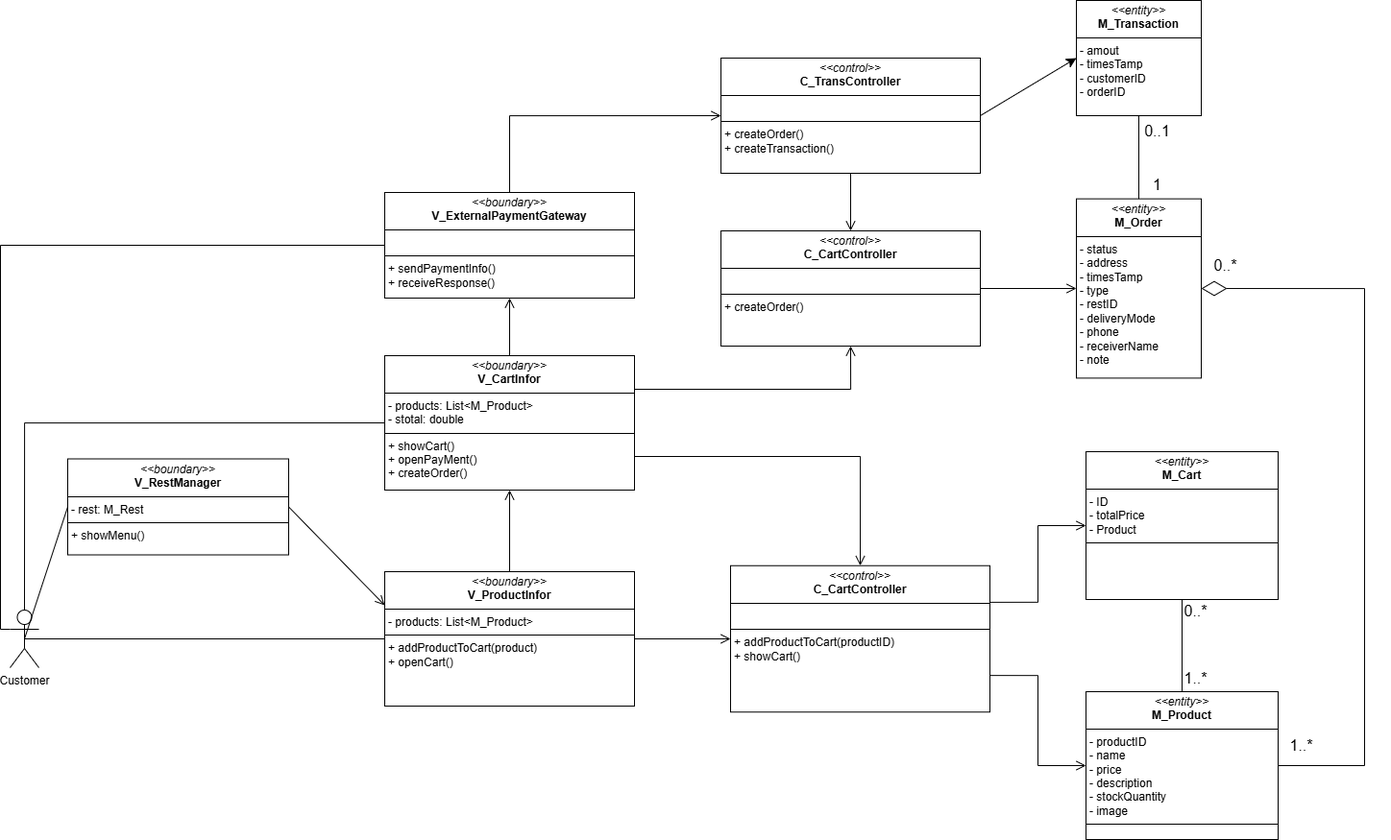
This is Class Diagram/5_class_khách đặt đơn hàng/class khách đặt đơn hàng.drawio.png from Minh-Quan-dz123/NHOM12-HeThongBanHangChoCuaHang, a draw.io export, as it was before one commit. Source tidied: cells renumbered, new cells last; positions are measured from the earlier drawing's top-left corner, leaving out a move shared by most shapes.
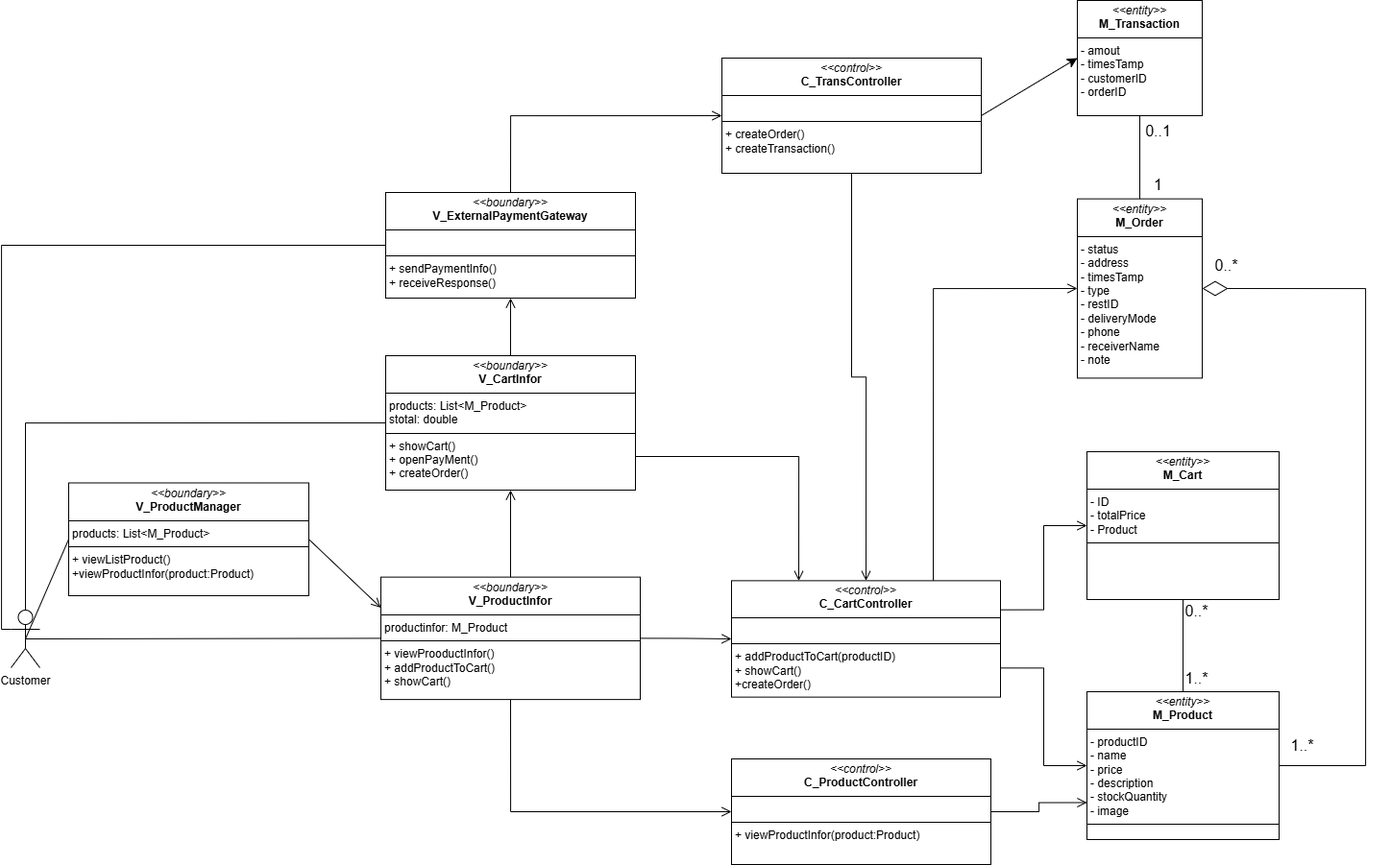
After the change.

What changed in the source:
```diff
@@ -5,17 +5,17 @@
     <mxCell id="2" value="Customer" style="shape=umlActor;verticalLabelPosition=bottom;verticalAlign=top;html=1;outlineConnect=0;" parent="1" vertex="1">
       <mxGeometry x="10" y="635" width="30" height="60" as="geometry" />
     </mxCell>
-    <mxCell id="3" value="&lt;p style=&quot;margin:0px;margin-top:4px;text-align:center;&quot;&gt;&lt;i&gt;&amp;lt;&amp;lt;boundary&amp;gt;&amp;gt;&lt;/i&gt;&lt;br&gt;&lt;b&gt;V_RestManager&lt;/b&gt;&lt;/p&gt;&lt;hr size=&quot;1&quot; style=&quot;border-style:solid;&quot;&gt;&lt;p style=&quot;margin:0px;margin-left:4px;&quot;&gt;- rest: M_Rest&lt;/p&gt;&lt;hr size=&quot;1&quot; style=&quot;border-style:solid;&quot;&gt;&lt;p style=&quot;margin:0px;margin-left:4px;&quot;&gt;+ showMenu()&lt;/p&gt;" style="verticalAlign=top;align=left;overflow=fill;html=1;whiteSpace=wrap;" parent="1" vertex="1">
-      <mxGeometry x="70" y="477.5" width="230" height="100" as="geometry" />
+    <mxCell id="3" value="&lt;p style=&quot;margin:0px;margin-top:4px;text-align:center;&quot;&gt;&lt;i&gt;&amp;lt;&amp;lt;boundary&amp;gt;&amp;gt;&lt;/i&gt;&lt;br&gt;&lt;b&gt;V_ProductManager&lt;/b&gt;&lt;/p&gt;&lt;hr size=&quot;1&quot; style=&quot;border-style:solid;&quot;&gt;&lt;p style=&quot;margin:0px;margin-left:4px;&quot;&gt;&lt;span style=&quot;background-color: transparent; color: light-dark(rgb(0, 0, 0), rgb(255, 255, 255));&quot;&gt;products: List&amp;lt;M_Product&amp;gt;&lt;/span&gt;&lt;/p&gt;&lt;hr size=&quot;1&quot; style=&quot;border-style:solid;&quot;&gt;&lt;p style=&quot;margin:0px;margin-left:4px;&quot;&gt;&lt;span style=&quot;background-color: transparent; color: light-dark(rgb(0, 0, 0), rgb(255, 255, 255));&quot;&gt;+ viewListProduct()&lt;/span&gt;&lt;/p&gt;&lt;p style=&quot;margin:0px;margin-left:4px;&quot;&gt;&lt;span style=&quot;background-color: transparent; color: light-dark(rgb(0, 0, 0), rgb(255, 255, 255));&quot;&gt;+viewProductInfor(product:Product)&lt;/span&gt;&lt;/p&gt;" style="verticalAlign=top;align=left;overflow=fill;html=1;whiteSpace=wrap;" parent="1" vertex="1">
+      <mxGeometry x="70" y="502.5" width="250" height="117.5" as="geometry" />
     </mxCell>
     <mxCell id="4" value="&lt;p style=&quot;margin:0px;margin-top:4px;text-align:center;&quot;&gt;&lt;i&gt;&amp;lt;&amp;lt;entity&amp;gt;&amp;gt;&lt;/i&gt;&lt;br&gt;&lt;b&gt;M_Product&lt;/b&gt;&lt;/p&gt;&lt;hr size=&quot;1&quot; style=&quot;border-style:solid;&quot;&gt;&lt;p style=&quot;margin:0px;margin-left:4px;&quot;&gt;- productID&lt;/p&gt;&lt;p style=&quot;margin:0px;margin-left:4px;&quot;&gt;- name&lt;/p&gt;&lt;p style=&quot;margin:0px;margin-left:4px;&quot;&gt;- price&lt;/p&gt;&lt;p style=&quot;margin:0px;margin-left:4px;&quot;&gt;- description&lt;/p&gt;&lt;p style=&quot;margin:0px;margin-left:4px;&quot;&gt;- stockQuantity&lt;/p&gt;&lt;p style=&quot;margin:0px;margin-left:4px;&quot;&gt;- image&lt;/p&gt;&lt;hr size=&quot;1&quot; style=&quot;border-style:solid;&quot;&gt;&lt;p style=&quot;margin:0px;margin-left:4px;&quot;&gt;&lt;br&gt;&lt;/p&gt;" style="verticalAlign=top;align=left;overflow=fill;html=1;whiteSpace=wrap;" parent="1" vertex="1">
       <mxGeometry x="1130" y="720" width="200" height="154" as="geometry" />
     </mxCell>
-    <mxCell id="5" value="&lt;p style=&quot;margin:0px;margin-top:4px;text-align:center;&quot;&gt;&lt;i&gt;&amp;lt;&amp;lt;control&amp;gt;&amp;gt;&lt;/i&gt;&lt;br&gt;&lt;b&gt;C_CartController&lt;/b&gt;&lt;/p&gt;&lt;hr size=&quot;1&quot; style=&quot;border-style:solid;&quot;&gt;&lt;p style=&quot;margin:0px;margin-left:4px;&quot;&gt;&lt;br&gt;&lt;/p&gt;&lt;hr size=&quot;1&quot; style=&quot;border-style:solid;&quot;&gt;&lt;p style=&quot;margin:0px;margin-left:4px;&quot;&gt;+&amp;nbsp;&lt;span style=&quot;background-color: transparent; color: light-dark(rgb(0, 0, 0), rgb(255, 255, 255));&quot;&gt;addProductToCart(productID)&lt;/span&gt;&lt;/p&gt;&lt;p style=&quot;margin:0px;margin-left:4px;&quot;&gt;&lt;span style=&quot;background-color: transparent; color: light-dark(rgb(0, 0, 0), rgb(255, 255, 255));&quot;&gt;+ showCart()&lt;/span&gt;&lt;/p&gt;" style="verticalAlign=top;align=left;overflow=fill;html=1;whiteSpace=wrap;" parent="1" vertex="1">
-      <mxGeometry x="760" y="588.8" width="270" height="152.5" as="geometry" />
+    <mxCell id="5" value="&lt;p style=&quot;margin:0px;margin-top:4px;text-align:center;&quot;&gt;&lt;i&gt;&amp;lt;&amp;lt;control&amp;gt;&amp;gt;&lt;/i&gt;&lt;br&gt;&lt;b&gt;C_CartController&lt;/b&gt;&lt;/p&gt;&lt;hr size=&quot;1&quot; style=&quot;border-style:solid;&quot;&gt;&lt;p style=&quot;margin:0px;margin-left:4px;&quot;&gt;&lt;br&gt;&lt;/p&gt;&lt;hr size=&quot;1&quot; style=&quot;border-style:solid;&quot;&gt;&lt;p style=&quot;margin:0px;margin-left:4px;&quot;&gt;+&amp;nbsp;&lt;span style=&quot;background-color: transparent; color: light-dark(rgb(0, 0, 0), rgb(255, 255, 255));&quot;&gt;addProductToCart(productID)&lt;/span&gt;&lt;/p&gt;&lt;p style=&quot;margin:0px;margin-left:4px;&quot;&gt;&lt;span style=&quot;background-color: transparent; color: light-dark(rgb(0, 0, 0), rgb(255, 255, 255));&quot;&gt;+ showCart()&lt;/span&gt;&lt;/p&gt;&lt;p style=&quot;margin:0px;margin-left:4px;&quot;&gt;&lt;span style=&quot;background-color: transparent; color: light-dark(rgb(0, 0, 0), rgb(255, 255, 255));&quot;&gt;+createOrder()&lt;/span&gt;&lt;/p&gt;" style="verticalAlign=top;align=left;overflow=fill;html=1;whiteSpace=wrap;" parent="1" vertex="1">
+      <mxGeometry x="760" y="604.4" width="280" height="121.2" as="geometry" />
     </mxCell>
-    <mxCell id="6" value="&lt;p style=&quot;margin:0px;margin-top:4px;text-align:center;&quot;&gt;&lt;i&gt;&amp;lt;&amp;lt;boundary&amp;gt;&amp;gt;&lt;/i&gt;&lt;br&gt;&lt;b&gt;V_ProductInfor&lt;/b&gt;&lt;/p&gt;&lt;hr size=&quot;1&quot; style=&quot;border-style:solid;&quot;&gt;&lt;p style=&quot;margin:0px;margin-left:4px;&quot;&gt;- products: List&amp;lt;M_Product&amp;gt;&lt;/p&gt;&lt;hr size=&quot;1&quot; style=&quot;border-style:solid;&quot;&gt;&lt;p style=&quot;margin:0px;margin-left:4px;&quot;&gt;+ addProductToCart(product)&lt;/p&gt;&lt;p style=&quot;margin:0px;margin-left:4px;&quot;&gt;+ openCart()&lt;/p&gt;&lt;p style=&quot;margin:0px;margin-left:4px;&quot;&gt;&lt;br&gt;&lt;/p&gt;" style="verticalAlign=top;align=left;overflow=fill;html=1;whiteSpace=wrap;" parent="1" vertex="1">
-      <mxGeometry x="400" y="595" width="260" height="140" as="geometry" />
+    <mxCell id="6" value="&lt;p style=&quot;margin:0px;margin-top:4px;text-align:center;&quot;&gt;&lt;i&gt;&amp;lt;&amp;lt;boundary&amp;gt;&amp;gt;&lt;/i&gt;&lt;br&gt;&lt;b&gt;V_ProductInfor&lt;/b&gt;&lt;/p&gt;&lt;hr size=&quot;1&quot; style=&quot;border-style:solid;&quot;&gt;&lt;p style=&quot;margin:0px;margin-left:4px;&quot;&gt;productinfor: M_Product&lt;/p&gt;&lt;hr size=&quot;1&quot; style=&quot;border-style:solid;&quot;&gt;&lt;p style=&quot;margin:0px;margin-left:4px;&quot;&gt;+ viewProoductInfor()&lt;/p&gt;&lt;p style=&quot;margin:0px;margin-left:4px;&quot;&gt;+ addProductToCart()&lt;/p&gt;&lt;p style=&quot;margin:0px;margin-left:4px;&quot;&gt;+ showCart()&lt;/p&gt;&lt;p style=&quot;margin:0px;margin-left:4px;&quot;&gt;&lt;br&gt;&lt;/p&gt;&lt;p style=&quot;margin:0px;margin-left:4px;&quot;&gt;&lt;br&gt;&lt;/p&gt;" style="verticalAlign=top;align=left;overflow=fill;html=1;whiteSpace=wrap;" parent="1" vertex="1">
+      <mxGeometry x="395" y="600.6" width="270" height="127.5" as="geometry" />
     </mxCell>
     <mxCell id="7" style="endArrow=none;html=1;rounded=0;exitX=0.5;exitY=0.5;exitDx=0;exitDy=0;exitPerimeter=0;entryX=0;entryY=0.5;entryDx=0;entryDy=0;" parent="1" edge="1" source="2" target="3">
       <mxGeometry relative="1" as="geometry" />
@@ -23,10 +23,10 @@
     <mxCell id="8" style="endArrow=open;startArrow=none;endFill=0;startFill=0;endSize=8;html=1;verticalAlign=bottom;labelBackgroundColor=none;strokeWidth=1;rounded=0;exitX=1;exitY=0.5;exitDx=0;exitDy=0;entryX=0;entryY=0.25;entryDx=0;entryDy=0;" parent="1" edge="1" source="3" target="6">
       <mxGeometry relative="1" as="geometry" />
     </mxCell>
-    <mxCell id="9" value="&lt;p style=&quot;margin:0px;margin-top:4px;text-align:center;&quot;&gt;&lt;i&gt;&amp;lt;&amp;lt;boundary&amp;gt;&amp;gt;&lt;/i&gt;&lt;br&gt;&lt;b&gt;V_CartInfor&lt;/b&gt;&lt;/p&gt;&lt;hr size=&quot;1&quot; style=&quot;border-style:solid;&quot;&gt;&lt;p style=&quot;margin:0px;margin-left:4px;&quot;&gt;- products: List&amp;lt;M_Product&amp;gt;&lt;br&gt;&lt;/p&gt;&lt;p style=&quot;margin:0px;margin-left:4px;&quot;&gt;- stotal: double&lt;/p&gt;&lt;hr size=&quot;1&quot; style=&quot;border-style:solid;&quot;&gt;&lt;p style=&quot;margin:0px;margin-left:4px;&quot;&gt;+ showCart()&lt;/p&gt;&lt;p style=&quot;margin:0px;margin-left:4px;&quot;&gt;+ openPayMent()&lt;/p&gt;&lt;p style=&quot;margin:0px;margin-left:4px;&quot;&gt;+ createOrder()&lt;/p&gt;" style="verticalAlign=top;align=left;overflow=fill;html=1;whiteSpace=wrap;" parent="1" vertex="1">
+    <mxCell id="9" value="&lt;p style=&quot;margin:0px;margin-top:4px;text-align:center;&quot;&gt;&lt;i&gt;&amp;lt;&amp;lt;boundary&amp;gt;&amp;gt;&lt;/i&gt;&lt;br&gt;&lt;b&gt;V_CartInfor&lt;/b&gt;&lt;/p&gt;&lt;hr size=&quot;1&quot; style=&quot;border-style:solid;&quot;&gt;&lt;p style=&quot;margin:0px;margin-left:4px;&quot;&gt;products: List&amp;lt;M_Product&amp;gt;&lt;br&gt;&lt;/p&gt;&lt;p style=&quot;margin:0px;margin-left:4px;&quot;&gt;stotal: double&lt;/p&gt;&lt;hr size=&quot;1&quot; style=&quot;border-style:solid;&quot;&gt;&lt;p style=&quot;margin:0px;margin-left:4px;&quot;&gt;+ showCart()&lt;/p&gt;&lt;p style=&quot;margin:0px;margin-left:4px;&quot;&gt;+ openPayMent()&lt;/p&gt;&lt;p style=&quot;margin:0px;margin-left:4px;&quot;&gt;+ createOrder()&lt;/p&gt;" style="verticalAlign=top;align=left;overflow=fill;html=1;whiteSpace=wrap;" parent="1" vertex="1">
       <mxGeometry x="400" y="370" width="260" height="140" as="geometry" />
     </mxCell>
-    <mxCell id="10" style="endArrow=open;startArrow=none;endFill=0;startFill=0;endSize=8;html=1;verticalAlign=bottom;labelBackgroundColor=none;strokeWidth=1;rounded=0;exitX=1;exitY=0.75;exitDx=0;exitDy=0;entryX=0.5;entryY=0;entryDx=0;entryDy=0;edgeStyle=orthogonalEdgeStyle;" parent="1" edge="1" source="9" target="5">
+    <mxCell id="10" style="endArrow=open;startArrow=none;endFill=0;startFill=0;endSize=8;html=1;verticalAlign=bottom;labelBackgroundColor=none;strokeWidth=1;rounded=0;exitX=1;exitY=0.75;exitDx=0;exitDy=0;entryX=0.25;entryY=0;entryDx=0;entryDy=0;edgeStyle=orthogonalEdgeStyle;" parent="1" edge="1" source="9" target="5">
       <mxGeometry relative="1" as="geometry" />
     </mxCell>
     <mxCell id="11" style="endArrow=open;startArrow=none;endFill=0;startFill=0;endSize=8;html=1;verticalAlign=bottom;labelBackgroundColor=none;strokeWidth=1;rounded=0;exitX=1;exitY=0.75;exitDx=0;exitDy=0;entryX=0;entryY=0.5;entryDx=0;entryDy=0;edgeStyle=orthogonalEdgeStyle;" parent="1" edge="1" source="5" target="4">
@@ -63,16 +63,10 @@
     <mxCell id="20" value="0..*" style="text;html=1;align=center;verticalAlign=middle;strokeColor=none;fillColor=none;fontSize=16;" parent="1" vertex="1">
       <mxGeometry x="1219" y="621" width="50" height="30" as="geometry" />
     </mxCell>
-    <mxCell id="21" value="&lt;p style=&quot;margin:0px;margin-top:4px;text-align:center;&quot;&gt;&lt;i&gt;&amp;lt;&amp;lt;control&amp;gt;&amp;gt;&lt;/i&gt;&lt;br&gt;&lt;b&gt;C_CartController&lt;/b&gt;&lt;/p&gt;&lt;hr size=&quot;1&quot; style=&quot;border-style:solid;&quot;&gt;&lt;p style=&quot;margin:0px;margin-left:4px;&quot;&gt;&lt;br&gt;&lt;/p&gt;&lt;hr size=&quot;1&quot; style=&quot;border-style:solid;&quot;&gt;&lt;p style=&quot;margin:0px;margin-left:4px;&quot;&gt;+ createOrder()&lt;/p&gt;" style="verticalAlign=top;align=left;overflow=fill;html=1;whiteSpace=wrap;" parent="1" vertex="1">
-      <mxGeometry x="750" y="240" width="270" height="120" as="geometry" />
-    </mxCell>
-    <mxCell id="22" style="endArrow=open;startArrow=none;endFill=0;startFill=0;endSize=8;html=1;verticalAlign=bottom;labelBackgroundColor=none;strokeWidth=1;rounded=0;exitX=1;exitY=0.25;exitDx=0;exitDy=0;entryX=0.5;entryY=1;entryDx=0;entryDy=0;edgeStyle=orthogonalEdgeStyle;" parent="1" edge="1" source="9" target="21">
-      <mxGeometry relative="1" as="geometry" />
-    </mxCell>
     <mxCell id="23" value="&lt;p style=&quot;margin:0px;margin-top:4px;text-align:center;&quot;&gt;&lt;i&gt;&amp;lt;&amp;lt;entity&amp;gt;&amp;gt;&lt;/i&gt;&lt;br&gt;&lt;b&gt;M_Order&lt;/b&gt;&lt;/p&gt;&lt;hr size=&quot;1&quot; style=&quot;border-style:solid;&quot;&gt;&lt;p style=&quot;margin:0px;margin-left:4px;&quot;&gt;&lt;/p&gt;&lt;p style=&quot;margin:0px;margin-left:4px;&quot;&gt;&lt;/p&gt;&lt;p style=&quot;text-wrap-mode: nowrap; margin: 0px 0px 0px 4px;&quot;&gt;- status&lt;/p&gt;&lt;p style=&quot;text-wrap-mode: nowrap; margin: 0px 0px 0px 4px;&quot;&gt;- address&lt;/p&gt;&lt;p style=&quot;text-wrap-mode: nowrap; margin: 0px 0px 0px 4px;&quot;&gt;- timesTamp&lt;/p&gt;&lt;p style=&quot;text-wrap-mode: nowrap; margin: 0px 0px 0px 4px;&quot;&gt;- type&lt;/p&gt;&lt;p style=&quot;text-wrap-mode: nowrap; margin: 0px 0px 0px 4px;&quot;&gt;- restID&lt;/p&gt;&lt;p style=&quot;text-wrap-mode: nowrap; margin: 0px 0px 0px 4px;&quot;&gt;- deliveryMode&lt;/p&gt;&lt;p style=&quot;text-wrap-mode: nowrap; margin: 0px 0px 0px 4px;&quot;&gt;- phone&lt;/p&gt;&lt;p style=&quot;text-wrap-mode: nowrap; margin: 0px 0px 0px 4px;&quot;&gt;- receiverName&lt;/p&gt;&lt;p style=&quot;text-wrap-mode: nowrap; margin: 0px 0px 0px 4px;&quot;&gt;- note&lt;/p&gt;" style="verticalAlign=top;align=left;overflow=fill;html=1;whiteSpace=wrap;" parent="1" vertex="1">
       <mxGeometry x="1120" y="206.6" width="130" height="186.8" as="geometry" />
     </mxCell>
-    <mxCell id="24" style="endArrow=open;startArrow=none;endFill=0;startFill=0;endSize=8;html=1;verticalAlign=bottom;labelBackgroundColor=none;strokeWidth=1;rounded=0;exitX=1;exitY=0.5;exitDx=0;exitDy=0;entryX=0;entryY=0.5;entryDx=0;entryDy=0;edgeStyle=orthogonalEdgeStyle;" parent="1" edge="1" source="21" target="23">
+    <mxCell id="24" style="endArrow=open;startArrow=none;endFill=0;startFill=0;endSize=8;html=1;verticalAlign=bottom;labelBackgroundColor=none;strokeWidth=1;rounded=0;exitX=0.75;exitY=0;exitDx=0;exitDy=0;entryX=0;entryY=0.5;entryDx=0;entryDy=0;edgeStyle=orthogonalEdgeStyle;" parent="1" edge="1" source="5" target="23">
       <mxGeometry relative="1" as="geometry" />
     </mxCell>
     <mxCell id="25" value="&lt;p style=&quot;margin:0px;margin-top:4px;text-align:center;&quot;&gt;&lt;i&gt;&amp;lt;&amp;lt;boundary&amp;gt;&amp;gt;&lt;/i&gt;&lt;br&gt;&lt;b&gt;V_ExternalPaymentGateway&lt;/b&gt;&lt;/p&gt;&lt;hr size=&quot;1&quot; style=&quot;border-style:solid;&quot;&gt;&lt;p style=&quot;margin:0px;margin-left:4px;&quot;&gt;&lt;br&gt;&lt;/p&gt;&lt;hr size=&quot;1&quot; style=&quot;border-style:solid;&quot;&gt;&lt;p style=&quot;margin:0px;margin-left:4px;&quot;&gt;+ sendPaymentInfo()&lt;/p&gt;&lt;p style=&quot;margin:0px;margin-left:4px;&quot;&gt;+ receiveResponse()&lt;/p&gt;" style="verticalAlign=top;align=left;overflow=fill;html=1;whiteSpace=wrap;" parent="1" vertex="1">
@@ -84,7 +78,7 @@
     <mxCell id="27" value="&lt;p style=&quot;margin:0px;margin-top:4px;text-align:center;&quot;&gt;&lt;i&gt;&amp;lt;&amp;lt;control&amp;gt;&amp;gt;&lt;/i&gt;&lt;br&gt;&lt;b&gt;C_TransController&lt;/b&gt;&lt;/p&gt;&lt;hr size=&quot;1&quot; style=&quot;border-style:solid;&quot;&gt;&lt;p style=&quot;margin:0px;margin-left:4px;&quot;&gt;&lt;br&gt;&lt;/p&gt;&lt;hr size=&quot;1&quot; style=&quot;border-style:solid;&quot;&gt;&lt;p style=&quot;margin:0px;margin-left:4px;&quot;&gt;+ createOrder()&lt;/p&gt;&lt;p style=&quot;margin:0px;margin-left:4px;&quot;&gt;+ createTransaction()&lt;/p&gt;" style="verticalAlign=top;align=left;overflow=fill;html=1;whiteSpace=wrap;" parent="1" vertex="1">
       <mxGeometry x="750" y="60" width="270" height="120" as="geometry" />
     </mxCell>
-    <mxCell id="28" style="endArrow=open;startArrow=none;endFill=0;startFill=0;endSize=8;html=1;verticalAlign=bottom;labelBackgroundColor=none;strokeWidth=1;rounded=0;exitX=0.5;exitY=1;exitDx=0;exitDy=0;edgeStyle=orthogonalEdgeStyle;entryX=0.5;entryY=0;entryDx=0;entryDy=0;" parent="1" edge="1" source="27" target="21">
+    <mxCell id="28" style="endArrow=open;startArrow=none;endFill=0;startFill=0;endSize=8;html=1;verticalAlign=bottom;labelBackgroundColor=none;strokeWidth=1;rounded=0;exitX=0.5;exitY=1;exitDx=0;exitDy=0;edgeStyle=orthogonalEdgeStyle;entryX=0.5;entryY=0;entryDx=0;entryDy=0;" parent="1" edge="1" source="27" target="5">
       <mxGeometry relative="1" as="geometry" />
     </mxCell>
     <mxCell id="29" style="endArrow=open;startArrow=none;endFill=0;startFill=0;endSize=8;html=1;verticalAlign=bottom;labelBackgroundColor=none;strokeWidth=1;rounded=0;exitX=0.5;exitY=0;exitDx=0;exitDy=0;edgeStyle=orthogonalEdgeStyle;entryX=0;entryY=0.5;entryDx=0;entryDy=0;" parent="1" edge="1" source="25" target="27">
@@ -127,5 +121,14 @@
         </Array>
       </mxGeometry>
     </mxCell>
+    <mxCell id="39" value="&lt;p style=&quot;margin:0px;margin-top:4px;text-align:center;&quot;&gt;&lt;i&gt;&amp;lt;&amp;lt;control&amp;gt;&amp;gt;&lt;/i&gt;&lt;br&gt;&lt;b&gt;C_ProductController&lt;/b&gt;&lt;/p&gt;&lt;hr size=&quot;1&quot; style=&quot;border-style:solid;&quot;&gt;&lt;p style=&quot;margin:0px;margin-left:4px;&quot;&gt;&lt;br&gt;&lt;/p&gt;&lt;hr size=&quot;1&quot; style=&quot;border-style:solid;&quot;&gt;&lt;p style=&quot;margin:0px;margin-left:4px;&quot;&gt;+ viewProductInfor(product:Product)&lt;/p&gt;&lt;p style=&quot;margin:0px;margin-left:4px;&quot;&gt;&lt;br&gt;&lt;/p&gt;" style="verticalAlign=top;align=left;overflow=fill;html=1;whiteSpace=wrap;" parent="1" vertex="1">
+      <mxGeometry x="760" y="790" width="270" height="110" as="geometry" />
+    </mxCell>
+    <mxCell id="40" style="endArrow=open;startArrow=none;endFill=0;startFill=0;endSize=8;html=1;verticalAlign=bottom;labelBackgroundColor=none;strokeWidth=1;rounded=0;exitX=0.5;exitY=1;exitDx=0;exitDy=0;entryX=0;entryY=0.5;entryDx=0;entryDy=0;edgeStyle=orthogonalEdgeStyle;" parent="1" edge="1" source="6" target="39">
+      <mxGeometry relative="1" as="geometry" />
+    </mxCell>
+    <mxCell id="41" style="endArrow=open;startArrow=none;endFill=0;startFill=0;endSize=8;html=1;verticalAlign=bottom;labelBackgroundColor=none;strokeWidth=1;rounded=0;exitX=1;exitY=0.5;exitDx=0;exitDy=0;entryX=0;entryY=0.75;entryDx=0;entryDy=0;edgeStyle=orthogonalEdgeStyle;" parent="1" edge="1" source="39" target="4">
+      <mxGeometry relative="1" as="geometry" />
+    </mxCell>
   </root>
 </mxGraphModel>
```
